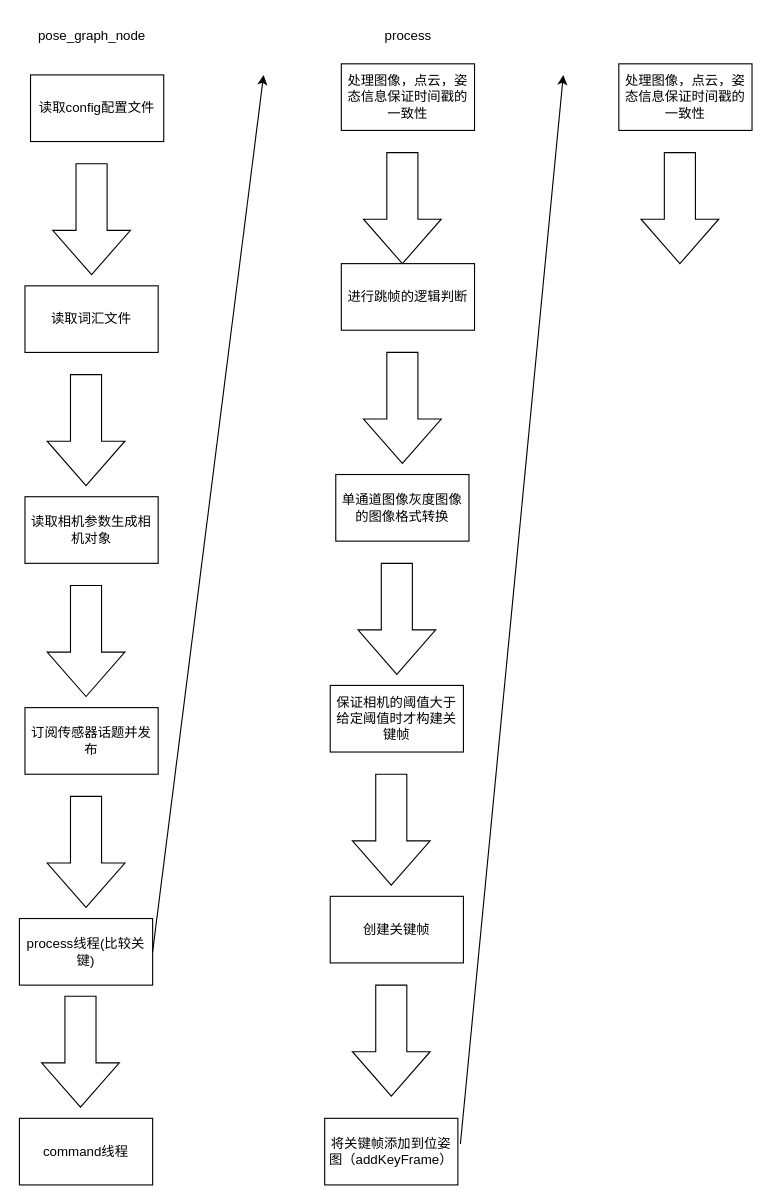
Earlier version of the draw.io diagram note/思维导图源文件/loop_fusion.drawio (luohongk/VINS-FusionCommentByLuo). Source tidied: cells renumbered, new cells numbered last; positions are measured from the earlier drawing's top-left corner, leaving out a move shared by most shapes. Both pictures are drawn from the tidied source at 111%, with x=0, y=0 at pixel (19, 19).
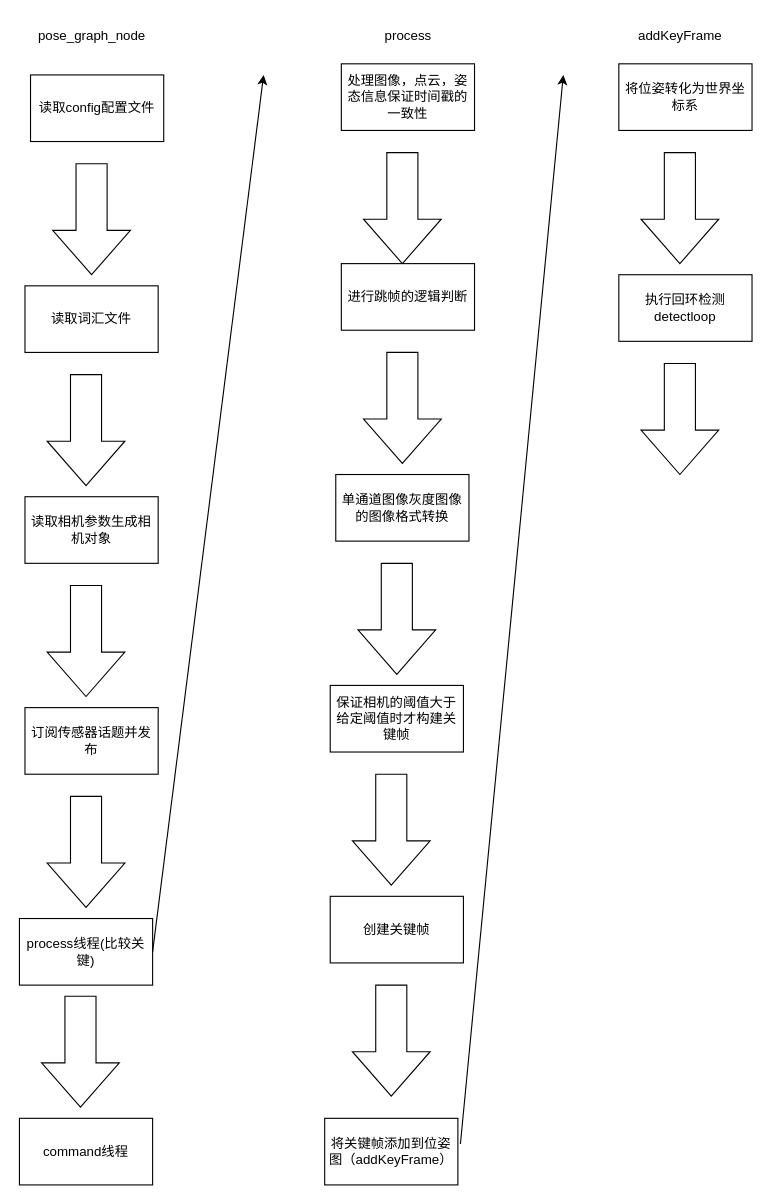
After the change.

Commit message (it also covers changes not shown here):
增加detectloop的注释

What changed in the source:
```diff
@@
-    <mxCell id="28" value="处理图像，点云，姿态信息保证时间戳的一致性" style="rounded=0;whiteSpace=wrap;html=1;" parent="1" vertex="1">
+    <mxCell id="28" value="将位姿转化为世界坐标系" style="rounded=0;whiteSpace=wrap;html=1;" parent="1" vertex="1">
       <mxGeometry x="540" y="40" width="120" height="60" as="geometry" />
     </mxCell>
@@
+    <mxCell id="30" value="addKeyFrame" style="text;html=1;align=center;verticalAlign=middle;strokeColor=none;fillColor=none;" parent="1" vertex="1">
+      <mxGeometry x="545" width="100" height="30" as="geometry" />
+    </mxCell>
+    <mxCell id="31" value="执行回环检测detectloop" style="rounded=0;whiteSpace=wrap;html=1;" parent="1" vertex="1">
+      <mxGeometry x="540" y="230" width="120" height="60" as="geometry" />
+    </mxCell>
+    <mxCell id="32" style="html=1;shadow=0;dashed=0;align=center;verticalAlign=middle;shape=mxgraph.arrows2.arrow;dy=0.6;dx=40;direction=south;notch=0;" parent="1" vertex="1">
+      <mxGeometry x="560" y="310" width="70" height="100" as="geometry" />
+    </mxCell>
```
